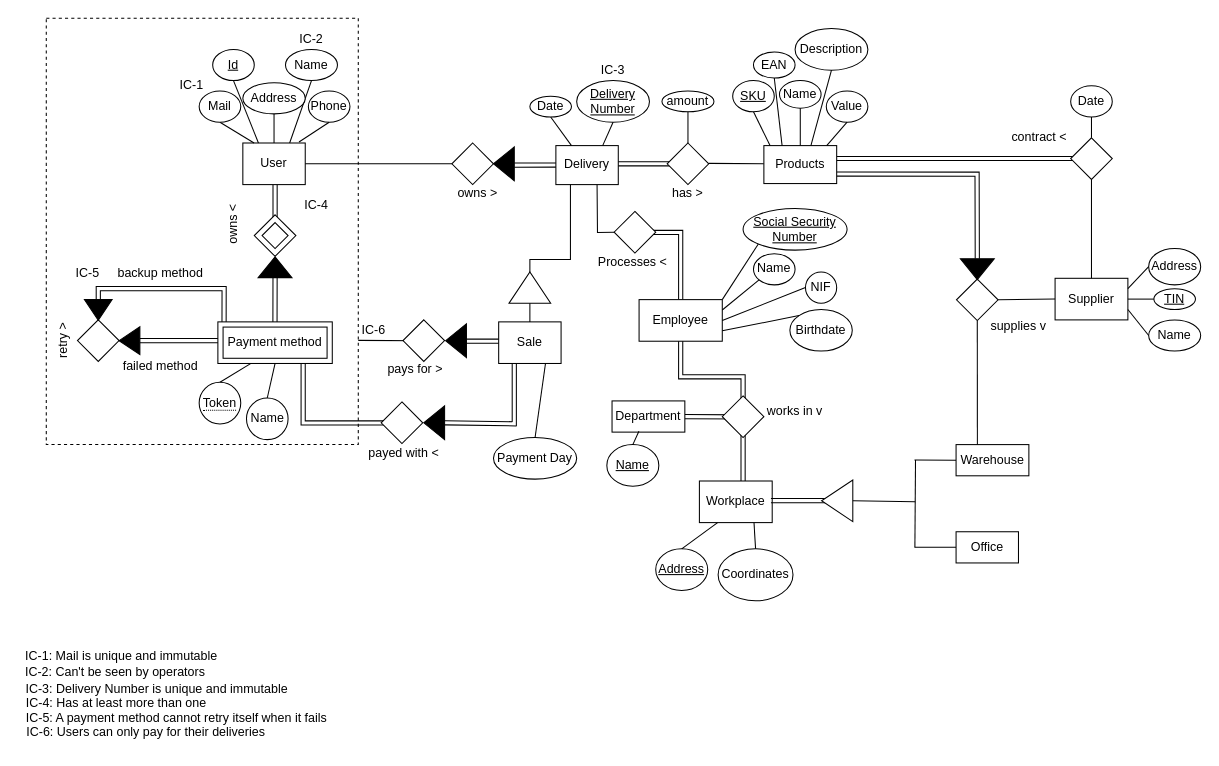
Above: Entrega 1/Entrega 1.drawio in Axiself/Proj-BD-22-23 (draw.io), before the change. Source tidied: cells renumbered, new cells numbered last; positions are measured from the earlier drawing's top-left corner, leaving out a move shared by most shapes. Both pictures are drawn from the tidied source at 104%, with x=0, y=0 at pixel (18, 18).
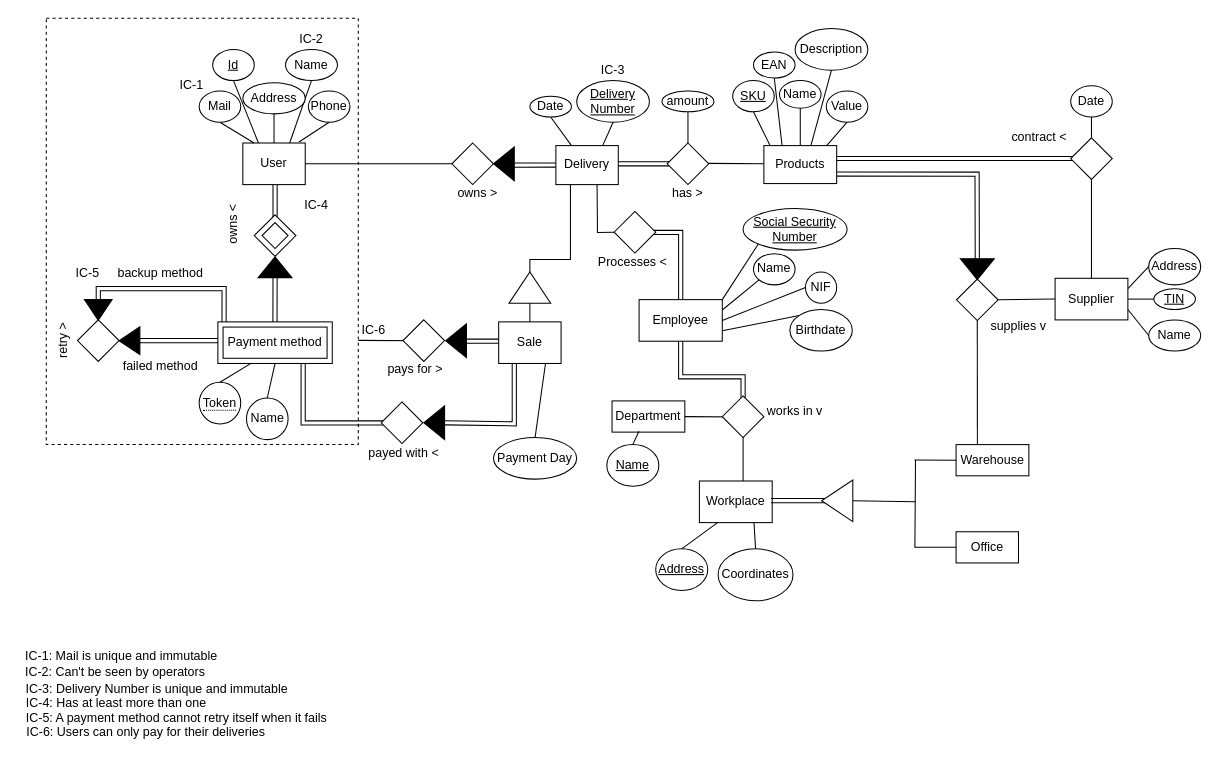
The same page after the edit.

Diff of the diagram source:
```diff
@@
-    <mxCell id="9" style="endArrow=none;html=1;rounded=0;entryX=0.5;entryY=0.35;entryDx=0;entryDy=0;exitX=1;exitY=0.5;exitDx=0;exitDy=0;entryPerimeter=0;shape=link;" parent="1" edge="1">
+    <mxCell id="9" style="endArrow=none;html=1;rounded=0;entryX=0.5;entryY=0.35;entryDx=0;entryDy=0;exitX=1;exitY=0.5;exitDx=0;exitDy=0;entryPerimeter=0;" parent="1" edge="1">
       <mxGeometry relative="1" as="geometry">
         <mxPoint x="641" y="383.1" as="sourcePoint" />
         <mxPoint x="697" y="383.4" as="targetPoint" />
       </mxGeometry>
     </mxCell>
-    <mxCell id="10" style="endArrow=none;html=1;rounded=0;exitX=0.514;exitY=0.125;exitDx=0;exitDy=0;exitPerimeter=0;entryX=0.5;entryY=1;entryDx=0;entryDy=0;shape=link;" parent="1" edge="1">
+    <mxCell id="10" style="endArrow=none;html=1;rounded=0;exitX=0.514;exitY=0.125;exitDx=0;exitDy=0;exitPerimeter=0;entryX=0.5;entryY=1;entryDx=0;entryDy=0;" parent="1" edge="1">
       <mxGeometry relative="1" as="geometry">
         <mxPoint x="697" y="450.1" as="sourcePoint" />
         <mxPoint x="697" y="396.4" as="targetPoint" />
       </mxGeometry>
     </mxCell>
```
